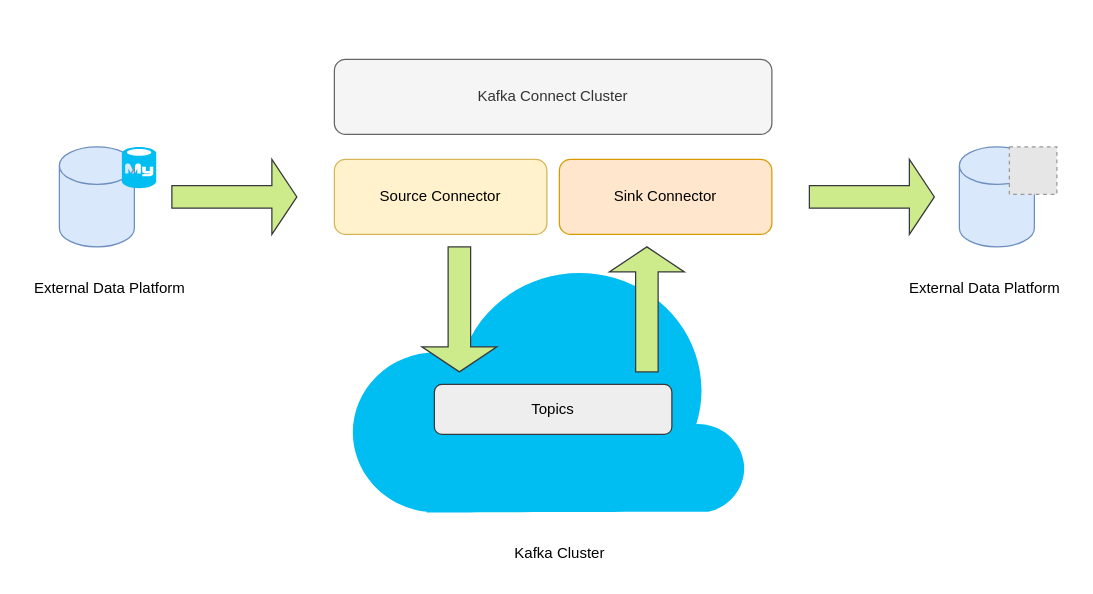
The draw.io diagram Kafka Connect as a Service.drawio in jiangtao7/draw.io, before the edit. Source tidied: cells renumbered, new cells numbered last; positions are measured from the earlier drawing's top-left corner, leaving out a move shared by most shapes. Both pictures are drawn from the tidied source at 125%, with x=0, y=0 at pixel (21, 59). Pictures stored in the file or linked from it are replaced by grey dashed boxes.
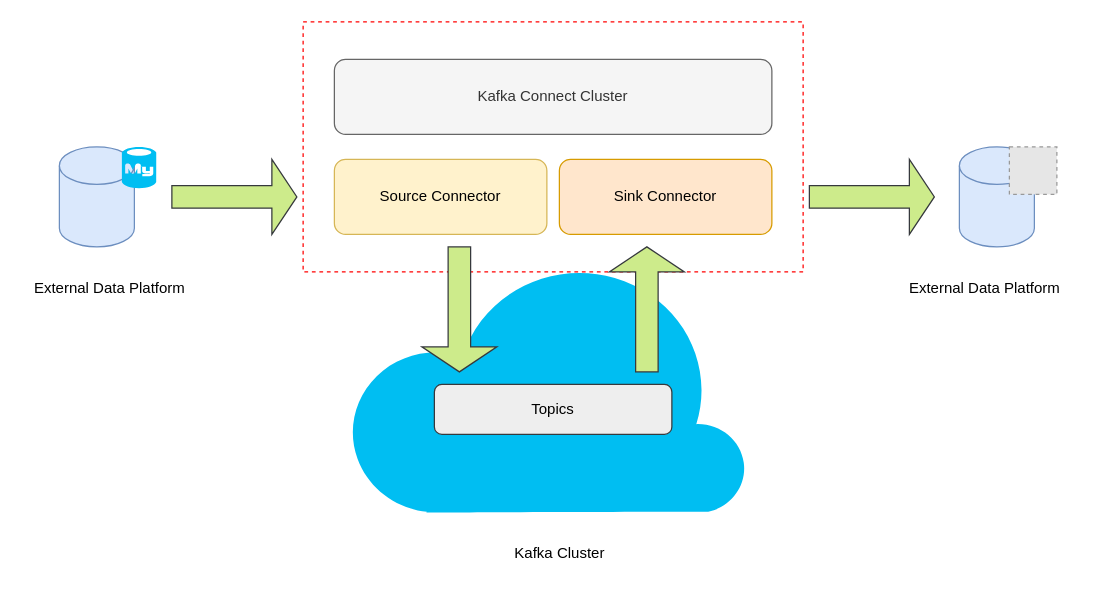
The same page after the edit.

Diff of the diagram source:
```diff
@@
 <mxGraphModel>
   <root>
     <mxCell id="0" />
     <mxCell id="1" parent="0" />
+    <mxCell id="18" style="rounded=0;whiteSpace=wrap;html=1;dashed=1;strokeColor=#FF0000;" parent="1" vertex="1">
+      <mxGeometry x="225" y="-30" width="400" height="200" as="geometry" />
+    </mxCell>
     <mxCell id="2" style="verticalLabelPosition=bottom;html=1;verticalAlign=top;align=center;strokeColor=none;fillColor=#00BEF2;shape=mxgraph.azure.cloud;" parent="1" vertex="1">
       <mxGeometry x="260" y="160" width="320" height="202.5" as="geometry" />
     </mxCell>
     <mxCell id="3" style="shape=cylinder3;whiteSpace=wrap;html=1;boundedLbl=1;backgroundOutline=1;size=15;fillColor=#dae8fc;strokeColor=#6c8ebf;" parent="1" vertex="1">
       <mxGeometry x="30" y="70" width="60" height="80" as="geometry" />
     </mxCell>
     <mxCell id="4" style="shape=cylinder3;whiteSpace=wrap;html=1;boundedLbl=1;backgroundOutline=1;size=15;fillColor=#dae8fc;strokeColor=#6c8ebf;" parent="1" vertex="1">
       <mxGeometry x="750" y="70" width="60" height="80" as="geometry" />
     </mxCell>
     <mxCell id="5" value="Kafka Connect Cluster" style="rounded=1;whiteSpace=wrap;html=1;fillColor=#f5f5f5;fontColor=#333333;strokeColor=#666666;" parent="1" vertex="1">
       <mxGeometry x="250" width="350" height="60" as="geometry" />
     </mxCell>
     <mxCell id="6" value="Source Connector" style="rounded=1;whiteSpace=wrap;html=1;fillColor=#fff2cc;strokeColor=#d6b656;" parent="1" vertex="1">
       <mxGeometry x="250" y="80" width="170" height="60" as="geometry" />
     </mxCell>
     <mxCell id="7" value="Sink Connector" style="rounded=1;whiteSpace=wrap;html=1;fillColor=#ffe6cc;strokeColor=#d79b00;" parent="1" vertex="1">
       <mxGeometry x="430" y="80" width="170" height="60" as="geometry" />
     </mxCell>
     <mxCell id="8" value="Topics" style="rounded=1;whiteSpace=wrap;html=1;fillColor=#eeeeee;strokeColor=#36393d;" parent="1" vertex="1">
       <mxGeometry x="330" y="260" width="190" height="40" as="geometry" />
     </mxCell>
     <mxCell id="9" style="shape=singleArrow;direction=south;whiteSpace=wrap;html=1;fillColor=#cdeb8b;strokeColor=#36393d;" parent="1" vertex="1">
       <mxGeometry x="320" y="150" width="60" height="100" as="geometry" />
     </mxCell>
     <mxCell id="10" style="shape=singleArrow;direction=north;whiteSpace=wrap;html=1;fillColor=#cdeb8b;strokeColor=#36393d;" parent="1" vertex="1">
       <mxGeometry x="470" y="150" width="60" height="100" as="geometry" />
     </mxCell>
     <mxCell id="11" style="shape=singleArrow;whiteSpace=wrap;html=1;fillColor=#cdeb8b;strokeColor=#36393d;" parent="1" vertex="1">
       <mxGeometry x="120" y="80" width="100" height="60" as="geometry" />
     </mxCell>
     <mxCell id="12" style="shape=singleArrow;whiteSpace=wrap;html=1;fillColor=#cdeb8b;strokeColor=#36393d;" parent="1" vertex="1">
       <mxGeometry x="630" y="80" width="100" height="60" as="geometry" />
     </mxCell>
     <mxCell id="13" style="fillColor=#E6E6E6;strokeColor=#999999;dashed=1;html=1;verticalAlign=top;verticalLabelPosition=bottom;labelBackgroundColor=#ffffff;" parent="1" vertex="1">
       <mxGeometry x="790" y="70" width="38" height="38" as="geometry" />
     </mxCell>
     <mxCell id="14" style="verticalLabelPosition=bottom;html=1;verticalAlign=top;align=center;strokeColor=none;fillColor=#00BEF2;shape=mxgraph.azure.mysql_database;" parent="1" vertex="1">
       <mxGeometry x="80" y="70" width="27.5" height="33" as="geometry" />
     </mxCell>
     <mxCell id="15" value="External Data Platform" style="text;html=1;align=center;verticalAlign=middle;strokeColor=none;fillColor=none;" parent="1" vertex="1">
       <mxGeometry y="168" width="140" height="30" as="geometry" />
     </mxCell>
     <mxCell id="16" value="External Data Platform" style="text;html=1;align=center;verticalAlign=middle;strokeColor=none;fillColor=none;" parent="1" vertex="1">
       <mxGeometry x="700" y="168" width="140" height="30" as="geometry" />
     </mxCell>
     <mxCell id="17" value="Kafka Cluster" style="text;html=1;align=center;verticalAlign=middle;strokeColor=none;fillColor=none;" parent="1" vertex="1">
       <mxGeometry x="380" y="380" width="100" height="30" as="geometry" />
     </mxCell>
   </root>
 </mxGraphModel>
```
